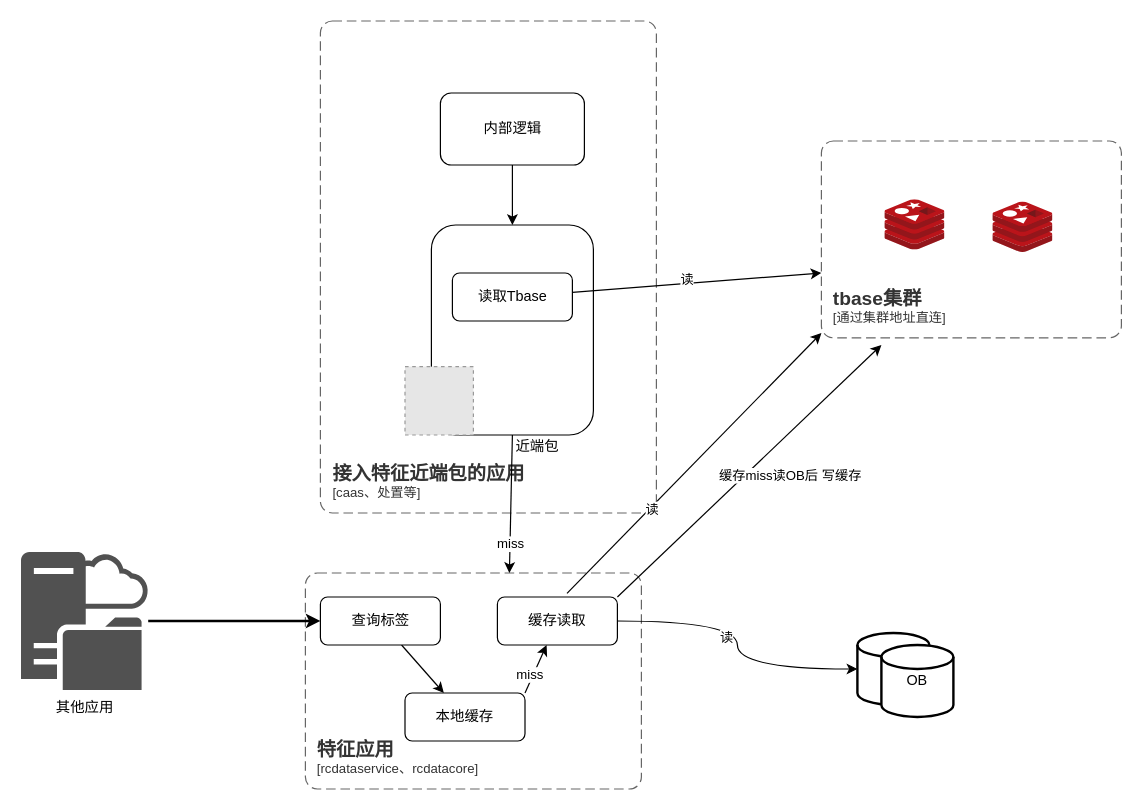
The draw.io diagram doc/draw/特征缓存架构(近端&服务).drawio in LiYeLin/fruitSellerClient, before the edit. Source tidied: cells renumbered, new cells numbered last; positions are measured from the earlier drawing's top-left corner, leaving out a move shared by most shapes. Both pictures are drawn from the tidied source at 120%, with x=0, y=0 at pixel (20, 20). Pictures stored in the file or linked from it are replaced by grey dashed boxes.
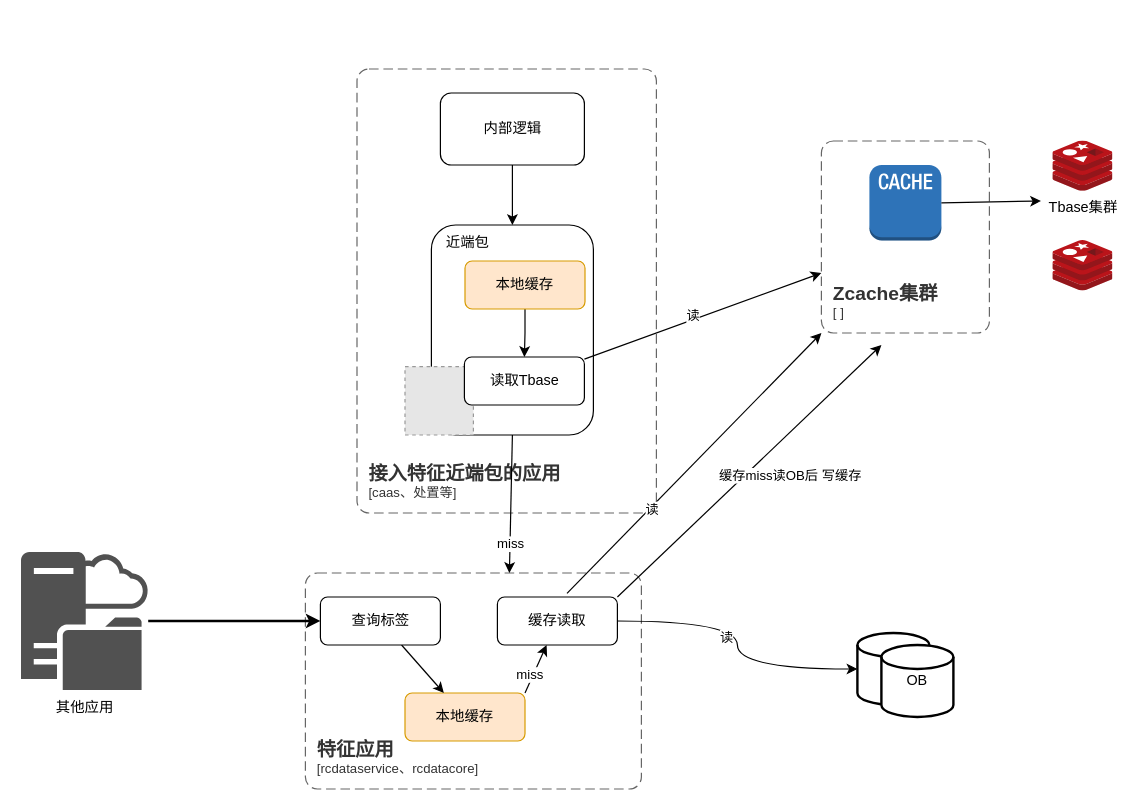
Above is the later version.

Commit message:
更新特征缓存架构(近端&服务).drawio

Unchanged cells that the change refers to:
```xml
<mxCell id="2" style="group;" parent="1" vertex="1">
  <mxGeometry width="917" height="640" as="geometry" />
</mxCell>
<mxCell id="15" style="group;" parent="2" vertex="1">
  <mxGeometry x="667" y="100" width="250" height="164" as="geometry" />
</mxCell>
```

Change to the diagram source:
```diff
@@
     <object id="3" label="&lt;font style=&quot;font-size: 16px&quot;&gt;&lt;b&gt;&lt;div style=&quot;text-align: left&quot;&gt;%c4Name%&lt;/div&gt;&lt;/b&gt;&lt;/font&gt;&lt;div style=&quot;text-align: left&quot;&gt;[%c4Application%]&lt;/div&gt;" c4Application="caas、处置等" c4Name="接入特征近端包的应用" placeholders="1">
       <mxCell style="rounded=1;fontSize=11;whiteSpace=wrap;html=1;dashed=1;arcSize=20;fillColor=none;strokeColor=#666666;fontColor=#333333;labelBackgroundColor=none;align=left;verticalAlign=bottom;labelBorderColor=none;spacingTop=0;spacing=10;dashPattern=8 4;perimeter=rectanglePerimeter;noLabel=0;labelPadding=0;absoluteArcSize=1;" parent="2" vertex="1">
-        <mxGeometry x="249.5" width="280" height="410" as="geometry" />
+        <mxGeometry x="280" y="40" width="249.5" height="370" as="geometry" />
       </mxCell>
     </object>
@@
     <mxCell id="10" value="读取Tbase" style="rounded=1;whiteSpace=wrap;html=1;" parent="2" vertex="1">
-      <mxGeometry x="359.5" y="210" width="100" height="40" as="geometry" />
+      <mxGeometry x="369.5" y="280" width="100" height="40" as="geometry" />
     </mxCell>
@@
-    <mxCell id="12" value="本地缓存" style="rounded=1;whiteSpace=wrap;html=1;" parent="2" vertex="1">
+    <mxCell id="12" value="本地缓存" style="rounded=1;whiteSpace=wrap;html=1;fillColor=#ffe6cc;strokeColor=#d79b00;" parent="2" vertex="1">
       <mxGeometry x="320" y="560" width="100" height="40" as="geometry" />
     </mxCell>
@@
-    <mxCell id="16" style="image;sketch=0;html=1;align=center;fontSize=12;image=img/lib/mscae/Cache_Redis_Product.svg;" parent="15" vertex="1">
-      <mxGeometry x="53" y="49" width="50" height="42" as="geometry" />
-    </mxCell>
-    <mxCell id="17" style="image;sketch=0;html=1;align=center;fontSize=12;image=img/lib/mscae/Cache_Redis_Product.svg;" parent="15" vertex="1">
-      <mxGeometry x="143" y="51" width="50" height="42" as="geometry" />
-    </mxCell>
-    <object id="18" label="&lt;font style=&quot;font-size: 16px&quot;&gt;&lt;b&gt;&lt;div style=&quot;text-align: left&quot;&gt;%c4Name%&lt;/div&gt;&lt;/b&gt;&lt;/font&gt;&lt;div style=&quot;text-align: left&quot;&gt;[%c4Application%]&lt;/div&gt;" c4Application="通过集群地址直连" c4Name="tbase集群" placeholders="1">
+    <object id="18" label="&lt;font style=&quot;font-size: 16px&quot;&gt;&lt;b&gt;&lt;div style=&quot;text-align: left&quot;&gt;%c4Name%&lt;/div&gt;&lt;/b&gt;&lt;/font&gt;&lt;div style=&quot;text-align: left&quot;&gt;[%c4Application%]&lt;/div&gt;" c4Application=" " c4Name="Zcache集群" placeholders="1">
       <mxCell style="rounded=1;fontSize=11;whiteSpace=wrap;html=1;dashed=1;arcSize=20;fillColor=none;strokeColor=#666666;fontColor=#333333;labelBackgroundColor=none;align=left;verticalAlign=bottom;labelBorderColor=none;spacingTop=0;spacing=10;dashPattern=8 4;perimeter=rectanglePerimeter;noLabel=0;labelPadding=0;absoluteArcSize=1;" parent="15" vertex="1">
-        <mxGeometry width="250" height="164" as="geometry" />
+        <mxGeometry width="140" height="160" as="geometry" />
       </mxCell>
     </object>
+    <mxCell id="36" style="outlineConnect=0;dashed=0;verticalLabelPosition=bottom;verticalAlign=top;align=center;html=1;shape=mxgraph.aws3.cache_node;fillColor=#2E73B8;gradientColor=none;" parent="15" vertex="1">
+      <mxGeometry x="40" y="20" width="60" height="63" as="geometry" />
+    </mxCell>
+    <mxCell id="37" value="Tbase集群" style="image;sketch=0;html=1;align=center;fontSize=12;image=img/lib/mscae/Cache_Redis_Product.svg;" parent="15" vertex="1">
+      <mxGeometry x="193" width="50" height="42" as="geometry" />
+    </mxCell>
+    <mxCell id="38" style="image;sketch=0;html=1;align=center;fontSize=12;image=img/lib/mscae/Cache_Redis_Product.svg;" parent="15" vertex="1">
+      <mxGeometry x="193" y="83" width="50" height="42" as="geometry" />
+    </mxCell>
@@
+    <mxCell id="39" style="edgeStyle=orthogonalEdgeStyle;rounded=0;jettySize=auto;html=1;" parent="2" edge="1" source="40" target="10">
+      <mxGeometry relative="1" as="geometry" />
+    </mxCell>
+    <mxCell id="40" value="本地缓存" style="rounded=1;whiteSpace=wrap;html=1;fillColor=#ffe6cc;strokeColor=#d79b00;" parent="2" vertex="1">
+      <mxGeometry x="370" y="200" width="100" height="40" as="geometry" />
+    </mxCell>
     <mxCell id="35" value="近端包" style="text;html=1;align=center;verticalAlign=middle;strokeColor=none;fillColor=none;" parent="2" vertex="1">
-      <mxGeometry x="399.5" y="340" width="60" height="30" as="geometry" />
+      <mxGeometry x="342" y="170" width="60" height="30" as="geometry" />
     </mxCell>
+    <mxCell id="41" style="edgeStyle=none;jettySize=auto;html=1;rounded=0;exitX=1;exitY=0.5;exitDx=0;exitDy=0;exitPerimeter=0;" parent="1" edge="1" source="36">
+      <mxGeometry relative="1" as="geometry">
+        <mxPoint x="850" y="150" as="targetPoint" />
+      </mxGeometry>
+    </mxCell>
```
